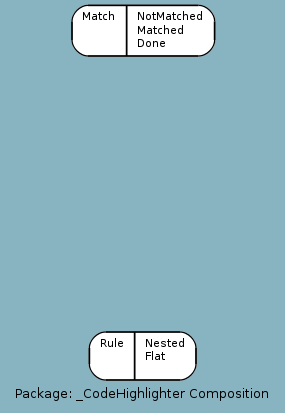
Earlier version of the Graphviz export docs/uml/_CodeHighlighter_C.png (google-code-export/haxegui). Its source is kept beside it as docs/uml/_CodeHighlighter_C.dot. The source it was exported from:
```dot
digraph uml {
	graph [label="Package: _CodeHighlighter Composition", ratio=compress, rankdir=LR, size="24,12", fontname=Sans, fontsize=10, bgcolor="#88B3C1", fontcolor=black];
	node [label="\N", fontname=Sans, fontsize=8, shape=record, color=black, fontcolor=black];
	edge [fontname=Sans, fontsize=8, minlen=3, color=black, fontcolor=black];
	graph [lp="103,10",
		bb="0,0,206,302"];
	"_CodeHighlighter.Rule" [label="{Rule|Nested\lFlat\l}", style="rounded,filled", fillcolor=white, pos="103,39", rects="63,21,97,57 97,21,143,57", width="1.11", height="0.50"];
	"_CodeHighlighter.Match" [label="{Match|NotMatched\lMatched\lDone\l}", style="rounded,filled", fillcolor=white, pos="103,283", rects="50,264,91,302 91,264,157,302", width="1.47", height="0.53"];
}
```
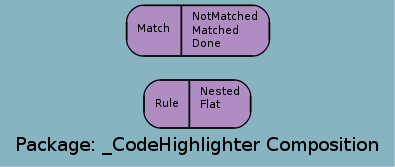
After the change.

Change to the diagram source:
```diff
@@ -1,9 +1,9 @@
 digraph uml {
-	graph [label="Package: _CodeHighlighter Composition", ratio=compress, rankdir=LR, size="24,12", fontname=Sans, fontsize=10, bgcolor="#88B3C1", fontcolor=black];
-	node [label="\N", fontname=Sans, fontsize=8, shape=record, color=black, fontcolor=black];
-	edge [fontname=Sans, fontsize=8, minlen=3, color=black, fontcolor=black];
-	graph [lp="103,10",
-		bb="0,0,206,302"];
-	"_CodeHighlighter.Rule" [label="{Rule|Nested\lFlat\l}", style="rounded,filled", fillcolor=white, pos="103,39", rects="63,21,97,57 97,21,143,57", width="1.11", height="0.50"];
-	"_CodeHighlighter.Match" [label="{Match|NotMatched\lMatched\lDone\l}", style="rounded,filled", fillcolor=white, pos="103,283", rects="50,264,91,302 91,264,157,302", width="1.47", height="0.53"];
+	graph [label="Package: _CodeHighlighter Composition", ratio=compress, rankdir=RL, smoothing=avg_dist, overlap=false, fontname="DejaVu Sans Condenesed", fontsize=14, bgcolor="#88B3C1", fontcolor=black];
+	node [label="\N", fontname="DejaVu Sans Condenesed", fontsize=8, shape=record, color=black, fontcolor=black];
+	edge [fontname="DejaVu Sans Condenesed", fontsize=8, color=black, fontcolor=black];
+	graph [lp="144,12",
+		bb="0,0,288,117"];
+	"_CodeHighlighter.Rule" [label="{\nRule|Nested\lFlat\l}", style="rounded,filled", fillcolor="#af8dc3", pos="144,43", rects="104,25,138,61 138,25,184,61", width="1.11", height="0.50"];
+	"_CodeHighlighter.Match" [label="{\nMatch|NotMatched\lMatched\lDone\l}", style="rounded,filled", fillcolor="#af8dc3", pos="144,98", rects="91,79,132,117 132,79,198,117", width="1.47", height="0.53"];
 }
```
